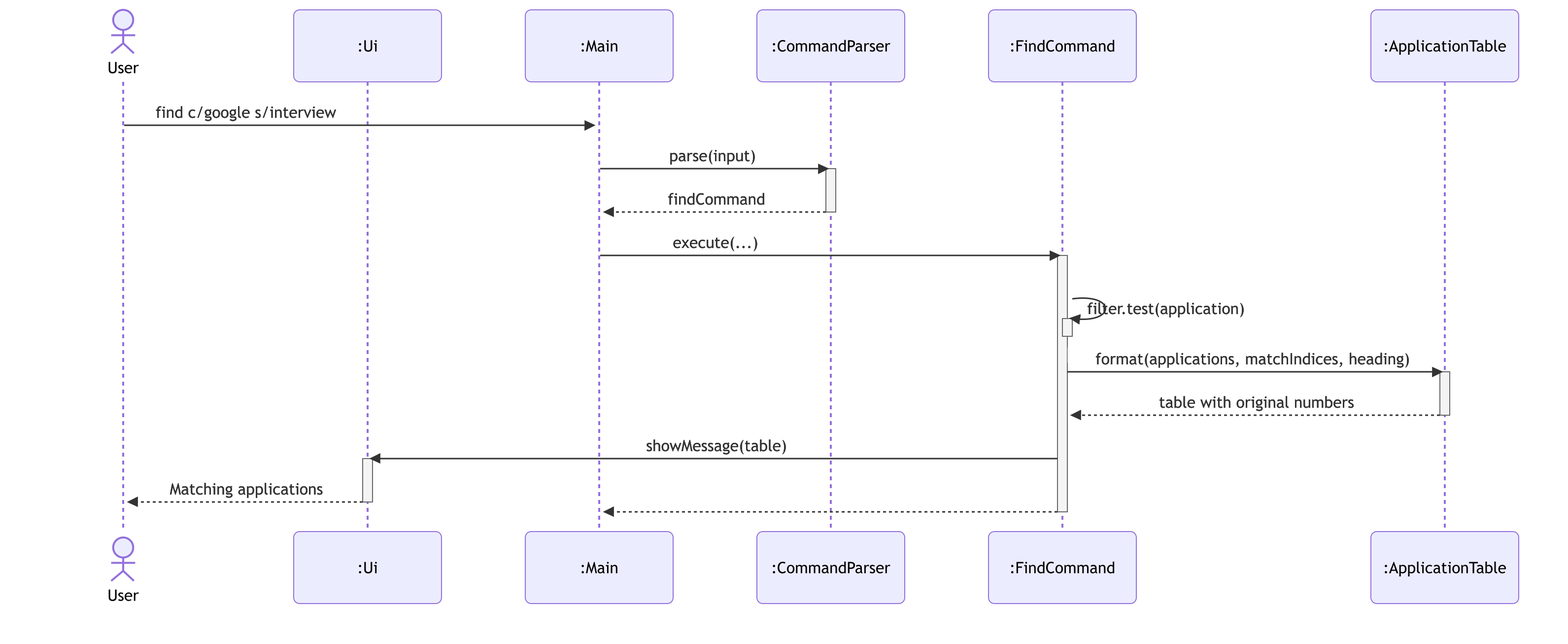
AY2627S1-CS2113-T10-2/tp keeps this Mermaid diagram as docs/diagrams/find-combined-filters-sequence.png. Above is the earlier version. Its source is kept beside it as docs/diagrams/sources/find-combined-filters-sequence.mmd.
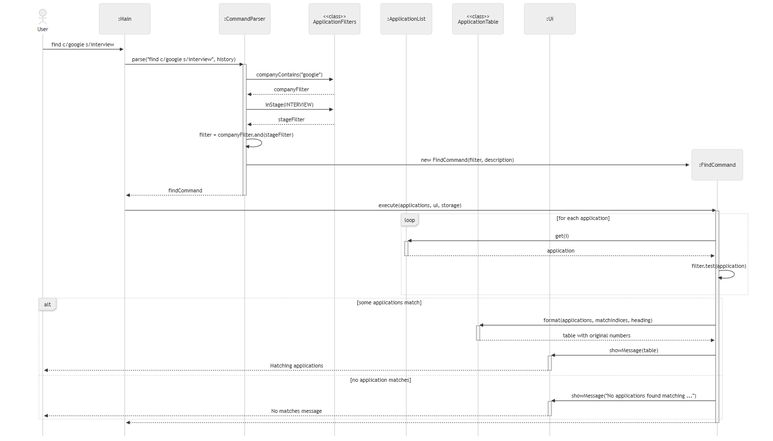
After the commit.

What changed in the source:
```diff
@@ -1,31 +1,50 @@
-%%{init: {'theme': 'default', 'sequence': {'actorMargin': 85, 'messageMargin': 45}}}%%
-%%{init: {'theme': 'default', 'sequence': {'actorMargin': 85, 'messageMargin': 45}}}%%
-%%{init: {'theme': 'default', 'sequence': {'actorMargin': 85, 'messageMargin': 45}}}%%
+%%{init: {'theme': 'neutral', 'sequence': {'mirrorActors': false, 'actorMargin': 60, 'messageMargin': 28}}}%%
 sequenceDiagram
     actor user as User
-    participant ui as :Ui
     participant main as :Main
     participant parser as :CommandParser
-    participant cmd as :FindCommand
-    participant table as :ApplicationTable
+    participant filters as <<class>><br/>ApplicationFilters
+    participant list as :ApplicationList
+    participant table as <<class>><br/>ApplicationTable
+    participant ui as :Ui
 
     user->>main: find c/google s/interview
-    main->>parser: parse(input)
+    main->>parser: parse("find c/google s/interview", history)
     activate parser
+    parser->>filters: companyContains("google")
+    filters-->>parser: companyFilter
+    parser->>filters: inStage(INTERVIEW)
+    filters-->>parser: stageFilter
+    parser->>parser: filter = companyFilter.and(stageFilter)
+    create participant cmd as :FindCommand
+    parser->>cmd: new FindCommand(filter, description)
     parser-->>main: findCommand
     deactivate parser
-    main->>cmd: execute(...)
+    main->>cmd: execute(applications, ui, storage)
     activate cmd
-    cmd->>cmd: filter.test(application)
-    activate cmd
-    deactivate cmd
-    cmd->>table: format(applications, matchIndices, heading)
-    activate table
-    table-->>cmd: table with original numbers
-    deactivate table
-    cmd->>ui: showMessage(table)
-    activate ui
-    ui-->>user: Matching applications
-    deactivate ui
+
+    loop for each application
+        cmd->>list: get(i)
+        activate list
+        list-->>cmd: application
+        deactivate list
+        cmd->>cmd: filter.test(application)
+    end
+
+    alt some applications match
+        cmd->>table: format(applications, matchIndices, heading)
+        activate table
+        table-->>cmd: table with original numbers
+        deactivate table
+        cmd->>ui: showMessage(table)
+        activate ui
+        ui-->>user: Matching applications
+        deactivate ui
+    else no application matches
+        cmd->>ui: showMessage("No applications found matching ...")
+        activate ui
+        ui-->>user: No matches message
+        deactivate ui
+    end
     cmd-->>main:
     deactivate cmd
```
